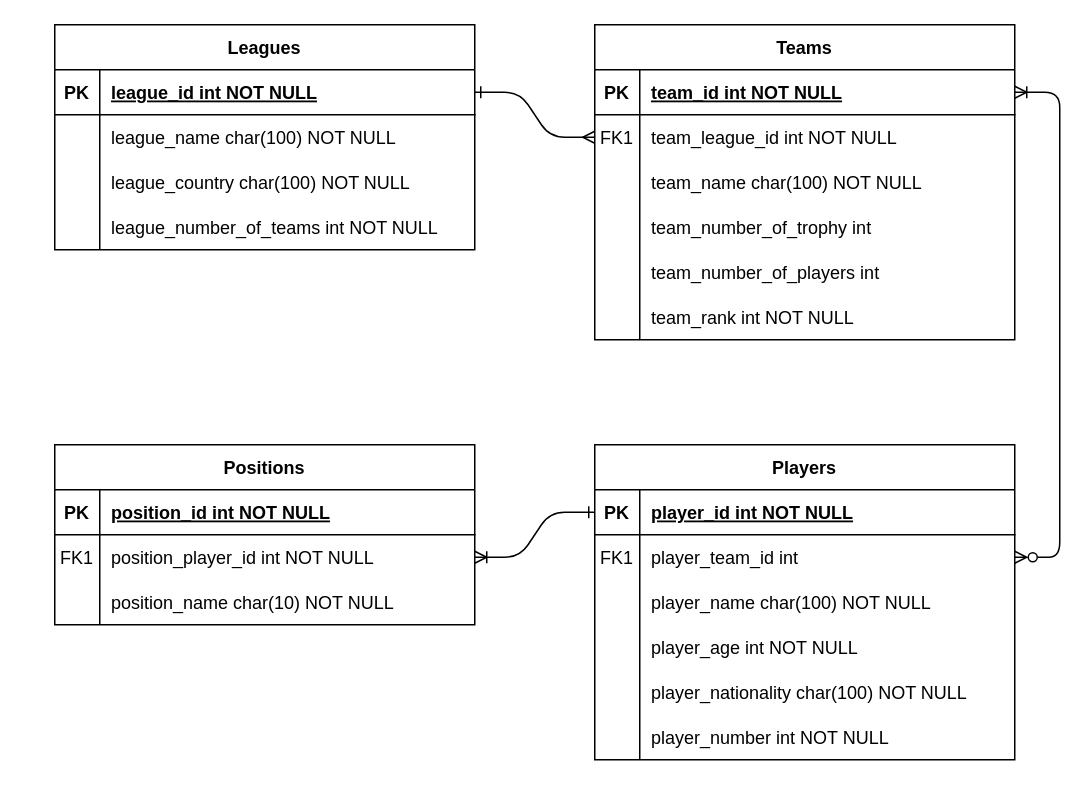
The draw.io diagram lab12.drawio in imaihs/bd_lab, before the edit. Source tidied: cells renumbered, new cells numbered last; positions are measured from the earlier drawing's top-left corner, leaving out a move shared by most shapes. Both pictures are drawn from the tidied source at 150%, with x=0, y=0 at pixel (54, 24).
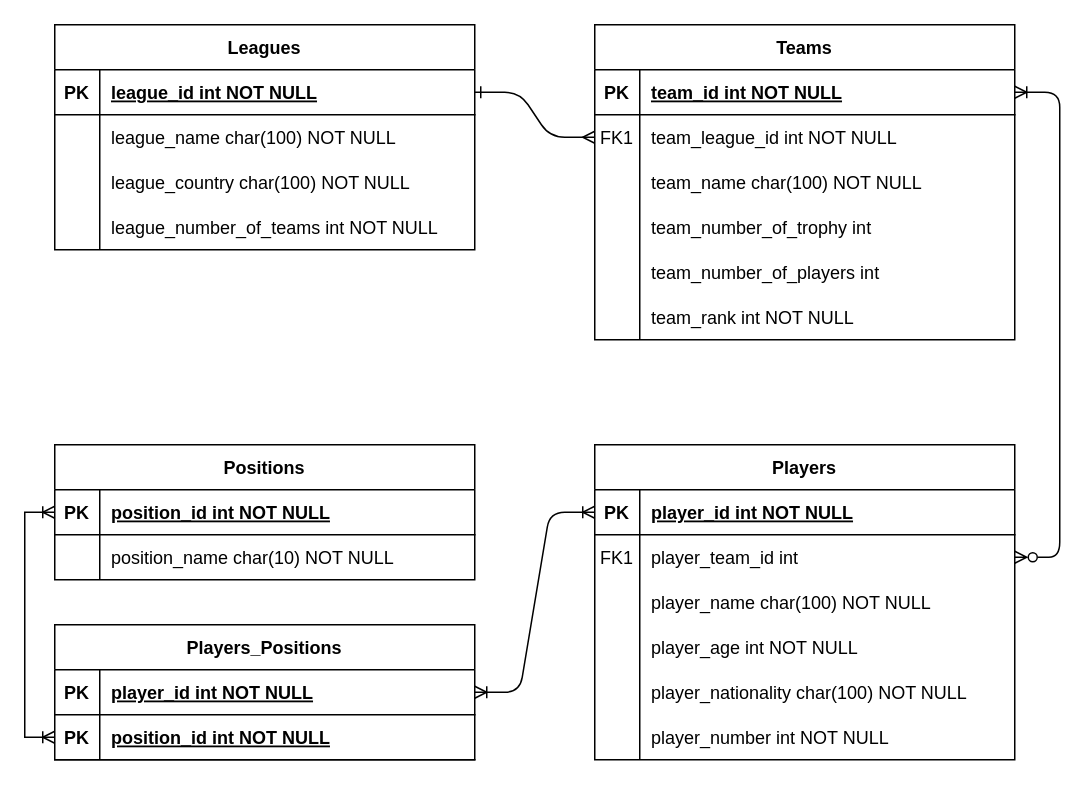
The same page after the edit.

The change refers to these unchanged cells:
```xml
<mxCell id="24" style="shape=partialRectangle;fillColor=none;points=[[0,0.5],[1,0.5]];portConstraint=eastwest;top=0;left=0;right=0;bottom=1;" parent="23" vertex="1">
  <mxGeometry y="30" width="280" height="30" as="geometry" />
</mxCell>
<mxCell id="56" style="shape=partialRectangle;fillColor=none;points=[[0,0.5],[1,0.5]];portConstraint=eastwest;top=0;left=0;right=0;bottom=1;" parent="55" vertex="1">
  <mxGeometry y="30" width="280" height="30" as="geometry" />
</mxCell>
<mxCell id="59" style="shape=partialRectangle;fillColor=none;points=[[0,0.5],[1,0.5]];portConstraint=eastwest;top=0;left=0;right=0;bottom=0;" parent="55" vertex="1">
  <mxGeometry y="60" width="280" height="30" as="geometry" />
</mxCell>
```

Diff of the diagram source:
```diff
@@
     <mxCell id="55" value="Positions" style="shape=table;startSize=30;childLayout=tableLayout;rowLines=0;fontStyle=1;align=center;" parent="1" vertex="1">
-      <mxGeometry y="280" width="280" height="120" as="geometry" />
+      <mxGeometry y="280" width="280" height="90" as="geometry" />
     </mxCell>
@@
-    <mxCell id="60" value="FK1" style="shape=partialRectangle;overflow=hidden;fillColor=none;top=0;left=0;bottom=0;right=0;" parent="59" vertex="1">
+    <mxCell id="60" style="shape=partialRectangle;overflow=hidden;fillColor=none;top=0;left=0;bottom=0;right=0;" parent="59" vertex="1">
       <mxGeometry width="30" height="30" as="geometry" />
     </mxCell>
-    <mxCell id="61" value="position_player_id int NOT NULL" style="shape=partialRectangle;overflow=hidden;fillColor=none;top=0;left=0;bottom=0;right=0;align=left;spacingLeft=6;" parent="59" vertex="1">
+    <mxCell id="61" value="position_name char(10) NOT NULL" style="shape=partialRectangle;overflow=hidden;fillColor=none;top=0;left=0;bottom=0;right=0;align=left;spacingLeft=6;" parent="59" vertex="1">
       <mxGeometry x="30" width="250" height="30" as="geometry" />
     </mxCell>
-    <mxCell id="62" style="shape=partialRectangle;fillColor=none;top=0;left=0;right=0;bottom=0;" parent="55" vertex="1">
-      <mxGeometry y="90" width="280" height="30" as="geometry" />
-    </mxCell>
-    <mxCell id="63" style="shape=partialRectangle;overflow=hidden;fillColor=none;top=0;left=0;bottom=0;right=0;" parent="62" vertex="1">
-      <mxGeometry width="30" height="30" as="geometry" />
-    </mxCell>
-    <mxCell id="64" value="position_name char(10) NOT NULL" style="shape=partialRectangle;overflow=hidden;fillColor=none;top=0;left=0;bottom=0;right=0;align=left;spacingLeft=6;" parent="62" vertex="1">
-      <mxGeometry x="30" width="250" height="30" as="geometry" />
-    </mxCell>
-    <mxCell id="65" style="edgeStyle=entityRelationEdgeStyle;endArrow=ERoneToMany;startArrow=ERone;endFill=0;startFill=0;exitX=0;exitY=0.5;exitDx=0;exitDy=0;entryX=1;entryY=0.5;entryDx=0;entryDy=0;" parent="1" edge="1" source="24" target="59">
-      <mxGeometry relative="1" as="geometry" />
-    </mxCell>
+    <mxCell id="66" value="Players_Positions" style="shape=table;startSize=30;childLayout=tableLayout;rowLines=0;fontStyle=1;align=center;" parent="1" vertex="1">
+      <mxGeometry y="400" width="280" height="90" as="geometry" />
+    </mxCell>
+    <mxCell id="67" style="shape=partialRectangle;fillColor=none;points=[[0,0.5],[1,0.5]];portConstraint=eastwest;top=0;left=0;right=0;bottom=1;" parent="66" vertex="1">
+      <mxGeometry y="30" width="280" height="30" as="geometry" />
+    </mxCell>
+    <mxCell id="68" value="PK" style="shape=partialRectangle;overflow=hidden;fillColor=none;top=0;left=0;bottom=0;right=0;fontStyle=1;" parent="67" vertex="1">
+      <mxGeometry width="30" height="30" as="geometry" />
+    </mxCell>
+    <mxCell id="69" value="player_id int NOT NULL" style="shape=partialRectangle;overflow=hidden;fillColor=none;top=0;left=0;bottom=0;right=0;align=left;spacingLeft=6;fontStyle=5;" parent="67" vertex="1">
+      <mxGeometry x="30" width="250" height="30" as="geometry" />
+    </mxCell>
+    <mxCell id="70" style="shape=partialRectangle;fillColor=none;points=[[0,0.5],[1,0.5]];portConstraint=eastwest;top=0;left=0;right=0;bottom=1;" parent="66" vertex="1">
+      <mxGeometry y="60" width="280" height="30" as="geometry" />
+    </mxCell>
+    <mxCell id="71" value="PK" style="shape=partialRectangle;overflow=hidden;fillColor=none;top=0;left=0;bottom=0;right=0;fontStyle=1;" parent="70" vertex="1">
+      <mxGeometry width="30" height="30" as="geometry" />
+    </mxCell>
+    <mxCell id="72" value="position_id int NOT NULL " style="shape=partialRectangle;overflow=hidden;fillColor=none;top=0;left=0;bottom=0;right=0;align=left;spacingLeft=6;fontStyle=5;" parent="70" vertex="1">
+      <mxGeometry x="30" width="250" height="30" as="geometry" />
+    </mxCell>
+    <mxCell id="73" style="edgeStyle=entityRelationEdgeStyle;endArrow=ERoneToMany;startArrow=ERoneToMany;endFill=0;startFill=0;exitX=1;exitY=0.5;exitDx=0;exitDy=0;entryX=0;entryY=0.5;entryDx=0;entryDy=0;" parent="1" edge="1" source="67" target="24">
+      <mxGeometry relative="1" as="geometry" />
+    </mxCell>
+    <mxCell id="74" style="edgeStyle=orthogonalEdgeStyle;rounded=0;jettySize=auto;html=1;exitX=0;exitY=0.5;exitDx=0;exitDy=0;entryX=0;entryY=0.5;entryDx=0;entryDy=0;endArrow=ERoneToMany;endFill=0;startArrow=ERoneToMany;startFill=0;" parent="1" edge="1" source="56" target="70">
+      <mxGeometry relative="1" as="geometry" />
+    </mxCell>
```
